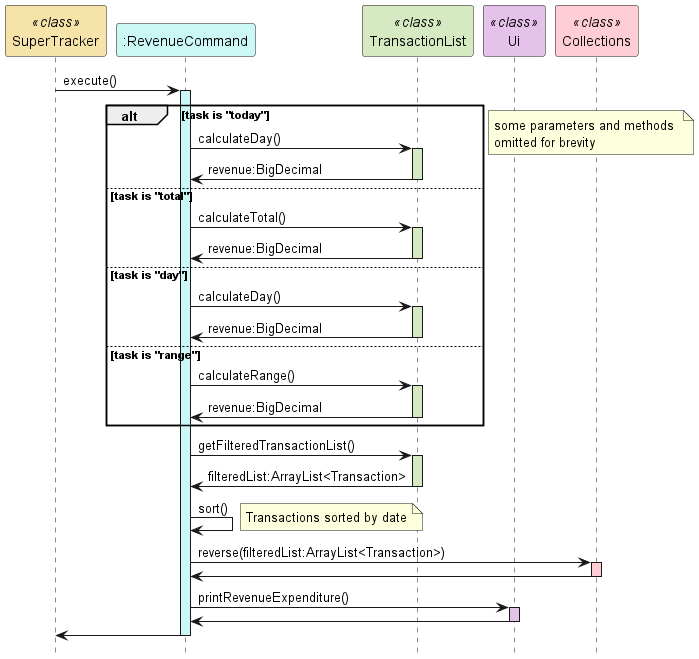
rismm/tp keeps this PlantUML diagram as docs/uml-diagrams/RevenueCommandSequence.png. Above is the earlier version.
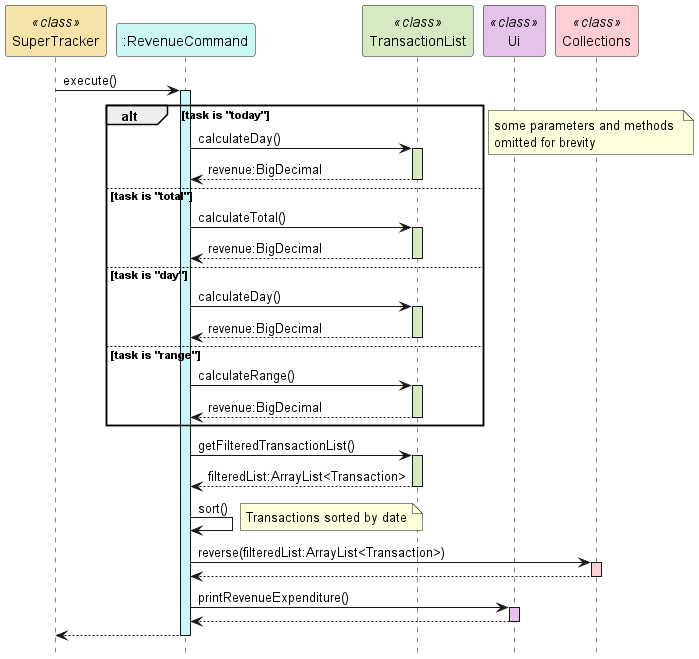
Above is the later version.

Commit message:
Fix UML diagrams

What changed in the source:
```diff
@@ -11,32 +11,33 @@
 alt task is "today"
     RevenueCommand -> TransactionList : calculateDay()
     activate TransactionList #d5eac2
-    TransactionList -> RevenueCommand : revenue:BigDecimal
+    TransactionList --> RevenueCommand : revenue:BigDecimal
     deactivate TransactionList
 
 else task is "total"
     RevenueCommand -> TransactionList : calculateTotal()
     activate TransactionList #d5eac2
-    TransactionList -> RevenueCommand : revenue:BigDecimal
+    TransactionList --> RevenueCommand : revenue:BigDecimal
     deactivate TransactionList
 
 else task is "day"
     RevenueCommand -> TransactionList : calculateDay()
     activate TransactionList #d5eac2
-    TransactionList -> RevenueCommand : revenue:BigDecimal
+    TransactionList --> RevenueCommand : revenue:BigDecimal
     deactivate TransactionList
 
 else task is "range"
     RevenueCommand -> TransactionList : calculateRange()
     activate TransactionList #d5eac2
-    TransactionList -> RevenueCommand : revenue:BigDecimal
+    TransactionList --> RevenueCommand : revenue:BigDecimal
     deactivate TransactionList
 end
+
 note right : some parameters and methods \nomitted for brevity
 
 RevenueCommand -> TransactionList : getFilteredTransactionList()
 activate TransactionList #d5eac2
-TransactionList -> RevenueCommand : filteredList:ArrayList<Transaction>
+TransactionList --> RevenueCommand : filteredList:ArrayList<Transaction>
 deactivate TransactionList
 
 RevenueCommand -> RevenueCommand : sort()
@@ -44,15 +45,15 @@
 
 RevenueCommand -> Collections : reverse(filteredList:ArrayList<Transaction>)
 activate Collections #ffcdd6
-Collections -> RevenueCommand
+Collections --> RevenueCommand
 deactivate Collections
 
 RevenueCommand -> Ui : printRevenueExpenditure()
 activate Ui #e5c2ea
-Ui -> RevenueCommand
+Ui --> RevenueCommand
 deactivate Ui
 
-RevenueCommand -> SuperTracker
+RevenueCommand --> SuperTracker
 deactivate RevenueCommand
 
 @enduml
```
